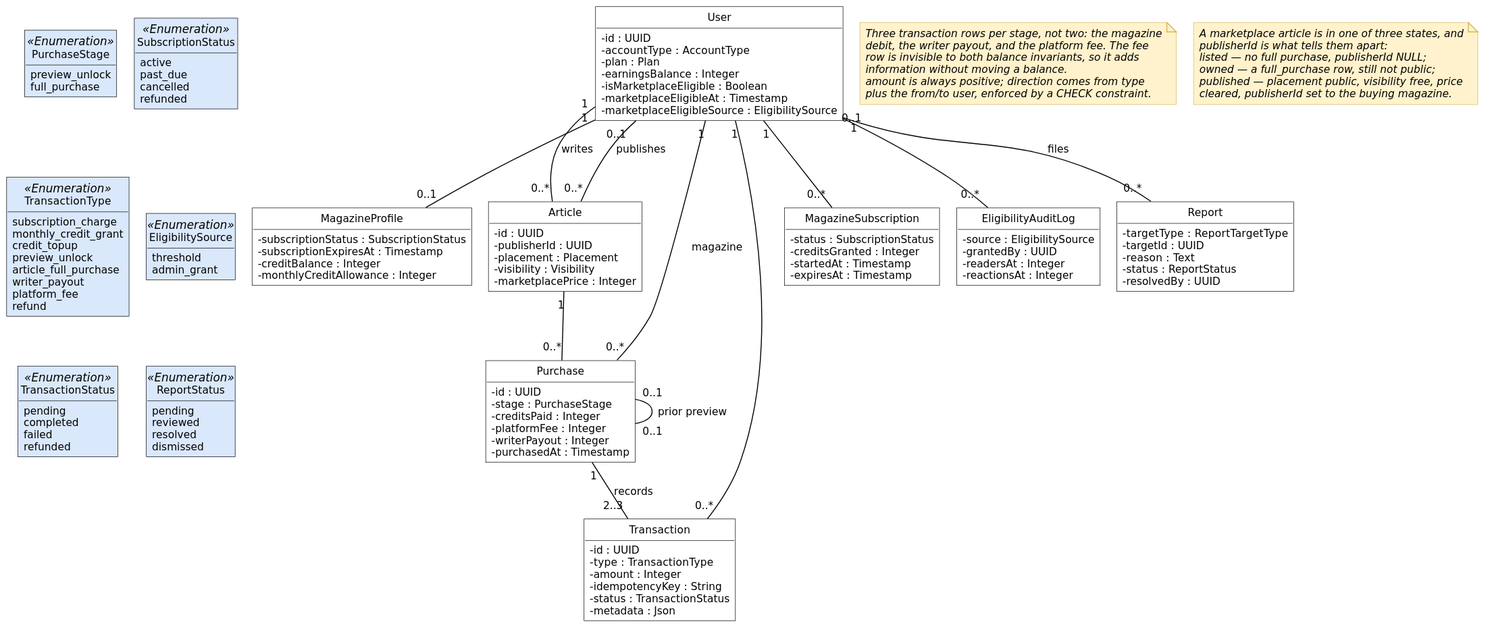
The PlantUML diagram diagrams/fig-6-2-classes-sprint-5/fig-6-2-classes-sprint-5.svg in inkwell-dev/spec.inkwell.ai, before a commit.
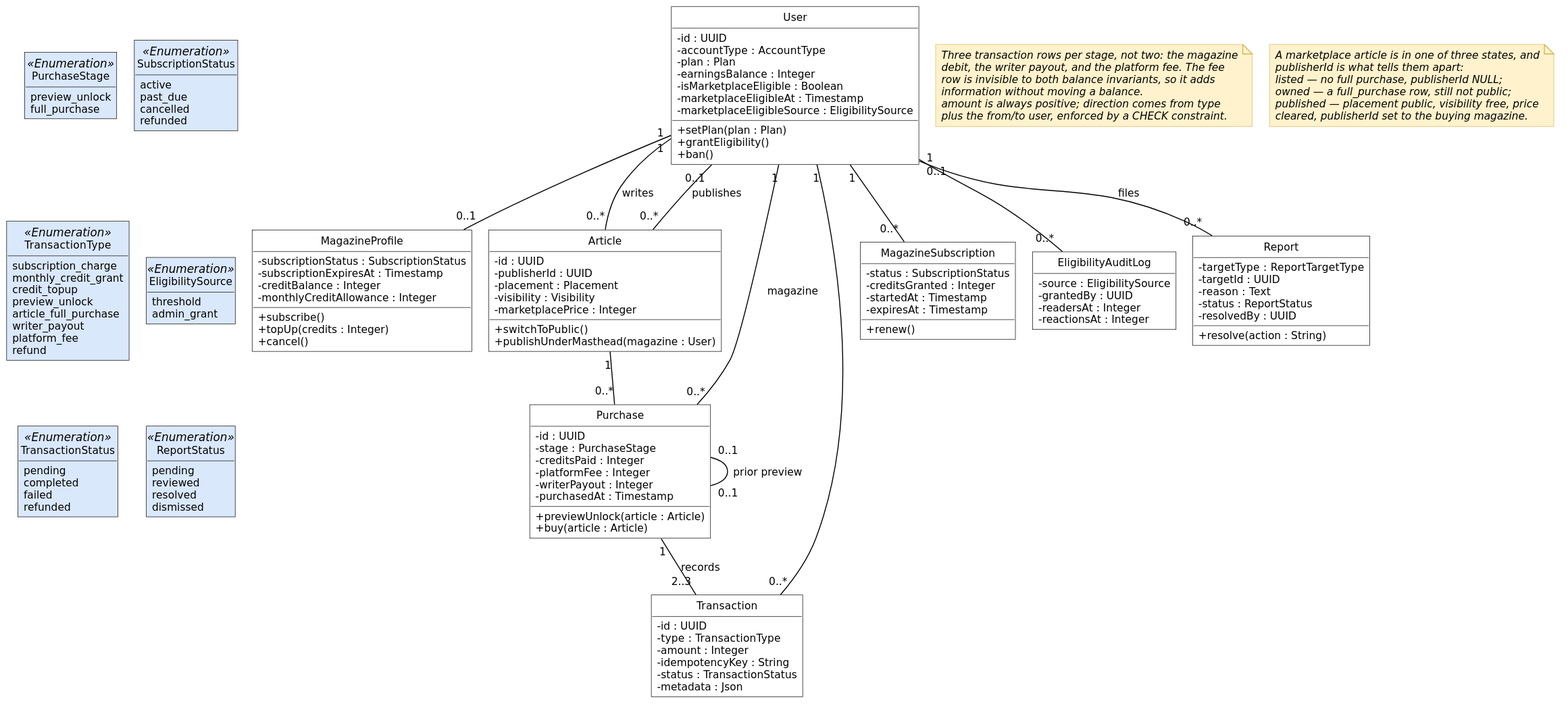
After the change.

Change to the diagram source:
```diff
@@ -3,7 +3,7 @@
 skinparam nodesep 18
 skinparam ranksep 45
 hide circle
-hide methods
+hide empty methods
 
 class User {
   - id : UUID
@@ -13,12 +13,18 @@
   - isMarketplaceEligible : Boolean
   - marketplaceEligibleAt : Timestamp
   - marketplaceEligibleSource : EligibilitySource
+  + setPlan(plan : Plan)
+  + grantEligibility()
+  + ban()
 }
 class MagazineProfile {
   - subscriptionStatus : SubscriptionStatus
   - subscriptionExpiresAt : Timestamp
   - creditBalance : Integer
   - monthlyCreditAllowance : Integer
+  + subscribe()
+  + topUp(credits : Integer)
+  + cancel()
 }
 class Article {
   - id : UUID
@@ -26,6 +32,8 @@
   - placement : Placement
   - visibility : Visibility
   - marketplacePrice : Integer
+  + switchToPublic()
+  + publishUnderMasthead(magazine : User)
 }
 class Purchase {
   - id : UUID
@@ -34,6 +42,8 @@
   - platformFee : Integer
   - writerPayout : Integer
   - purchasedAt : Timestamp
+  + previewUnlock(article : Article)
+  + buy(article : Article)
 }
 class Transaction {
   - id : UUID
@@ -48,6 +58,7 @@
   - creditsGranted : Integer
   - startedAt : Timestamp
   - expiresAt : Timestamp
+  + renew()
 }
 class EligibilityAuditLog {
   - source : EligibilitySource
@@ -61,6 +72,7 @@
   - reason : Text
   - status : ReportStatus
   - resolvedBy : UUID
+  + resolve(action : String)
 }
 
 class PurchaseStage <<Enumeration>> {
```
